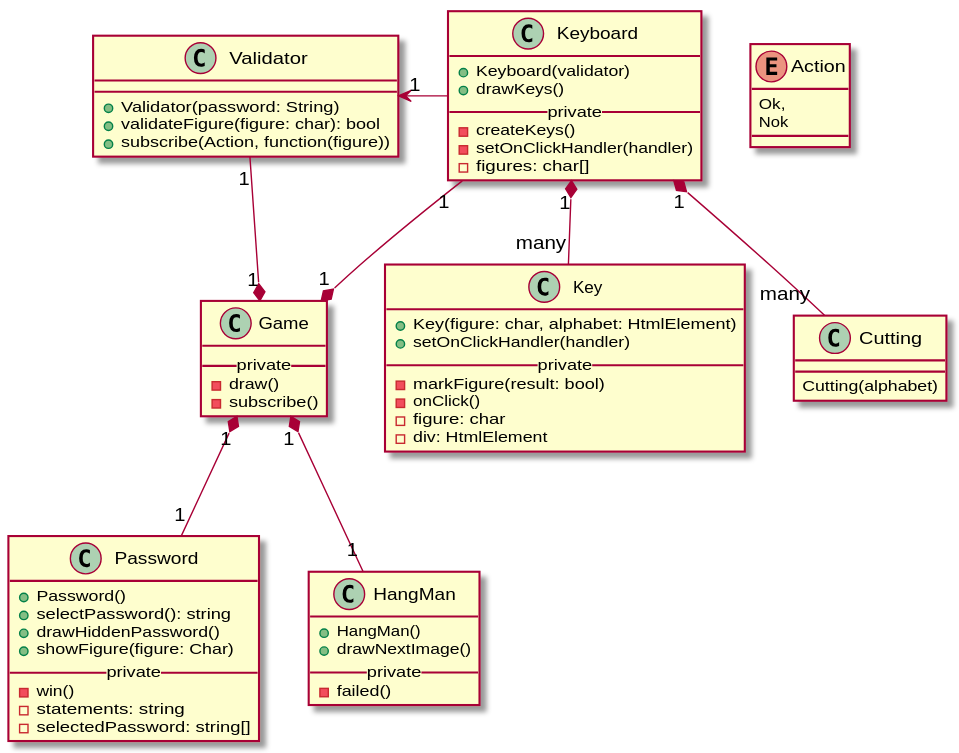
The PlantUML diagram doc/class_diagram.svg in JeraldStarr/Hang-Man, before a commit. Its source is kept beside it as doc/class_diagram.plantuml.
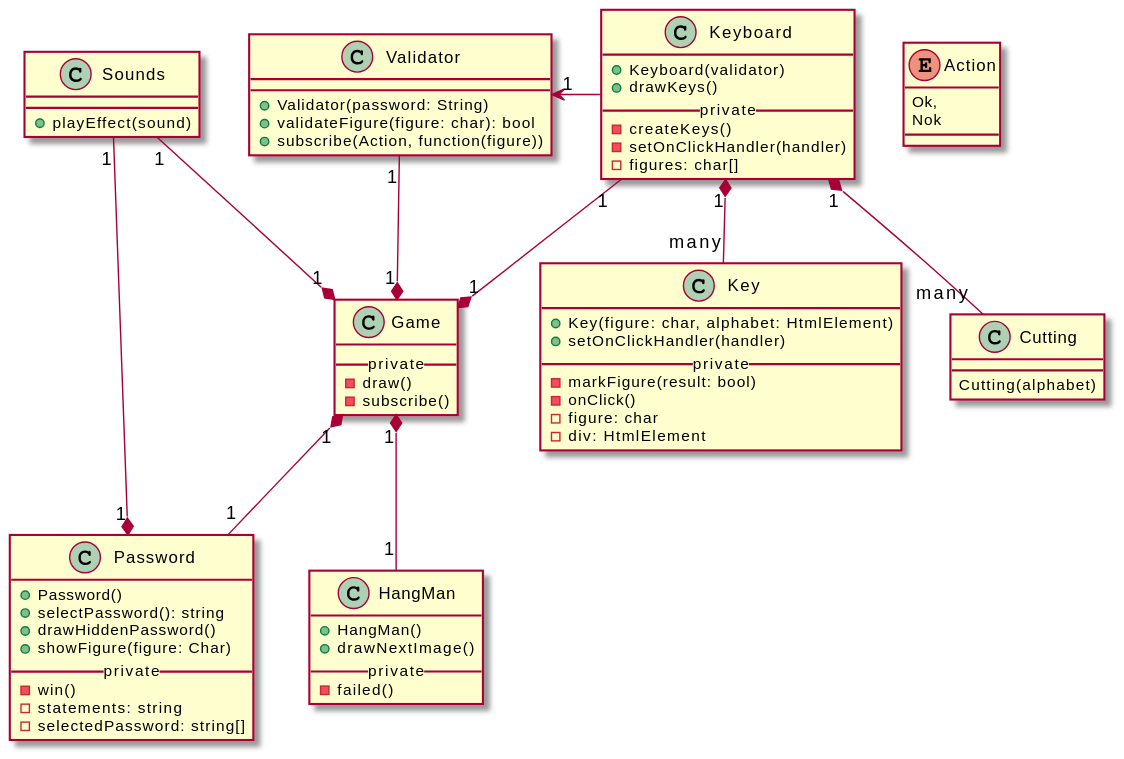
Above is the later version.

Commit message:
Modified documentation after added Sounds classes

Diff of the diagram source:
```diff
@@ -47,6 +47,9 @@
     - draw()
     - subscribe()
 }
+class Sounds {
+    + playEffect(sound)
+}
 enum Action {
     Ok,
     Nok
@@ -58,7 +61,8 @@
 Game "1" *-- "1" HangMan
 Game "1" *-- "1" Password
 Game "1" *-- "1" Validator
-
+Sounds "1" --* "1" Password
+Sounds "1" --* "1" Game
 
 Keyboard -left-> "1" Validator
 @enduml
```
